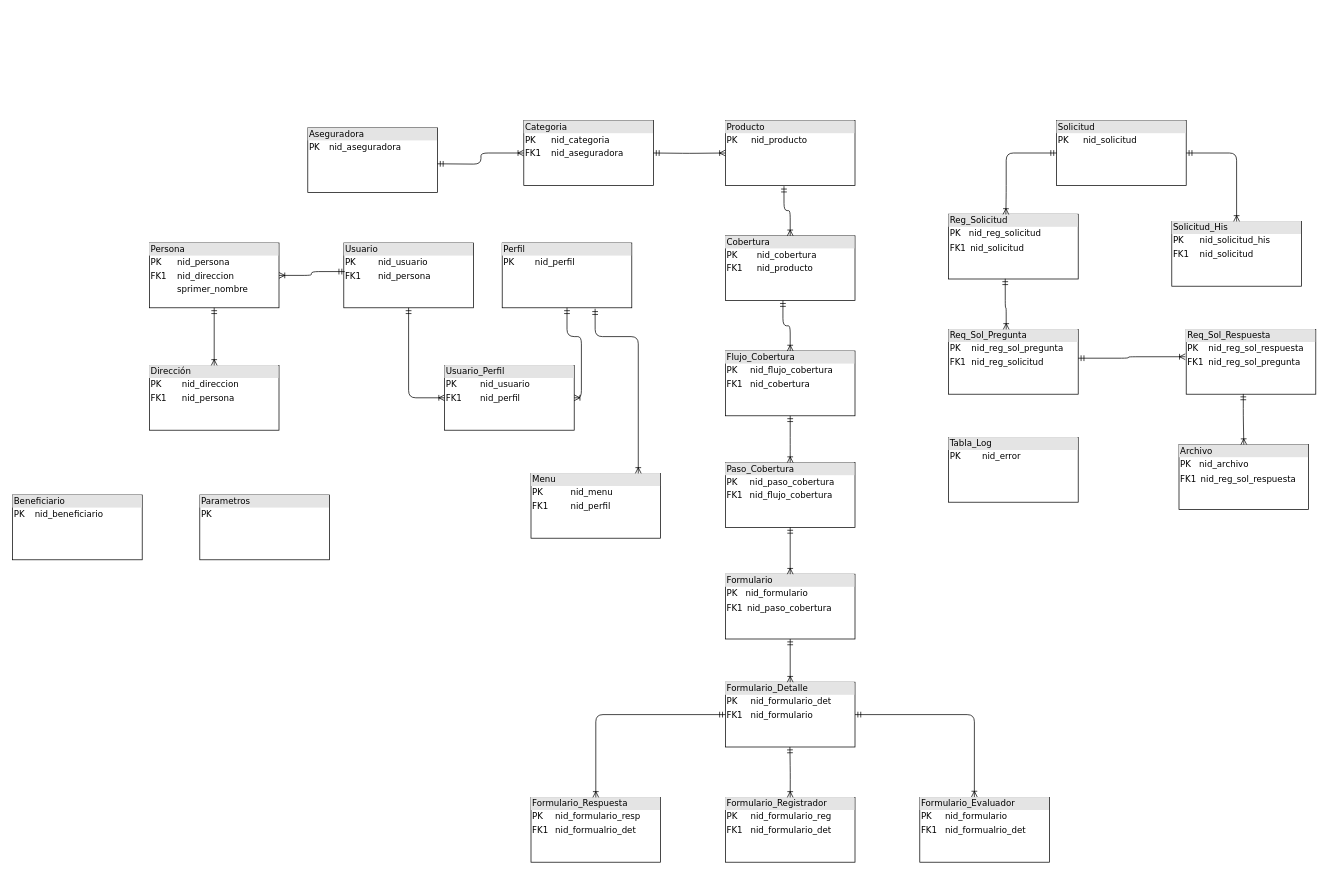
Before: SINIESTROS/Diagrama sin título.drawio in alejandroarceefitec/EFICTEC, a draw.io diagram. Source tidied: cells renumbered, new cells numbered last; positions are measured from the earlier drawing's top-left corner, leaving out a move shared by most shapes. Both pictures are drawn from the tidied source at 72%, with x=0, y=0 at pixel (12, 120).
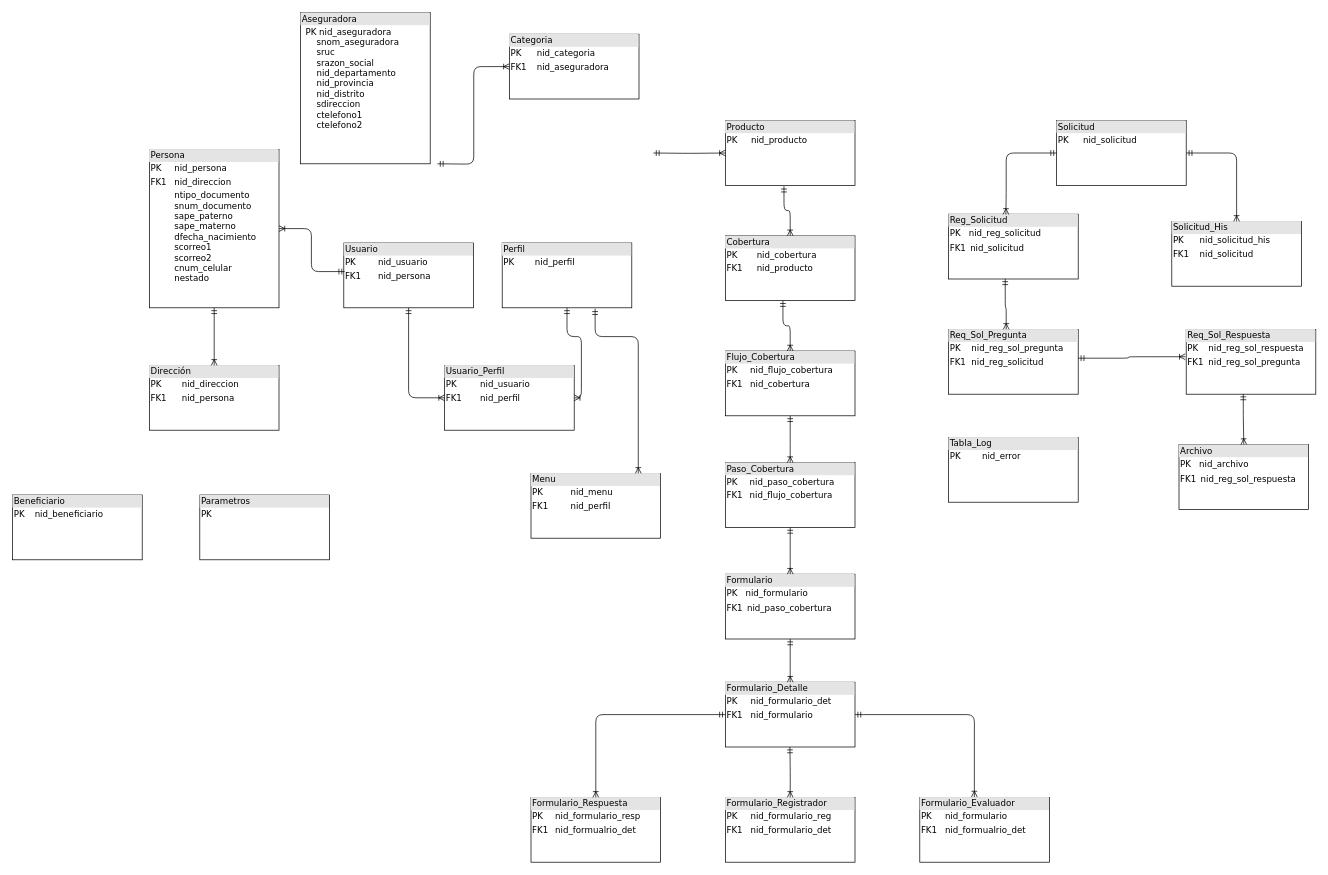
The same page after the edit.

What changed in the source:
```diff
@@
-    <mxCell id="2" value="&lt;div style=&quot;box-sizing: border-box ; width: 100% ; background: #e4e4e4 ; padding: 2px&quot;&gt;Aseguradora&lt;/div&gt;&lt;table style=&quot;width: 100% ; font-size: 1em&quot; cellpadding=&quot;2&quot; cellspacing=&quot;0&quot;&gt;&lt;tbody&gt;&lt;tr&gt;&lt;td&gt;PK&lt;/td&gt;&lt;td&gt;nid_aseguradora&lt;/td&gt;&lt;/tr&gt;&lt;tr&gt;&lt;td&gt;&lt;br&gt;&lt;/td&gt;&lt;td&gt;&lt;br&gt;&lt;/td&gt;&lt;/tr&gt;&lt;tr&gt;&lt;td&gt;&lt;/td&gt;&lt;td&gt;&lt;br&gt;&lt;/td&gt;&lt;/tr&gt;&lt;/tbody&gt;&lt;/table&gt;" style="verticalAlign=top;align=left;overflow=fill;html=1;rounded=0;shadow=0;comic=0;labelBackgroundColor=none;strokeWidth=1;fontFamily=Verdana;fontSize=12;" parent="1" vertex="1">
-      <mxGeometry x="410" y="10" width="180" height="90" as="geometry" />
+    <mxCell id="2" value="&lt;div style=&quot;box-sizing: border-box ; width: 100% ; background: #e4e4e4 ; padding: 2px&quot;&gt;Aseguradora&lt;/div&gt;&lt;table style=&quot;width: 100% ; font-size: 1em&quot; cellpadding=&quot;2&quot; cellspacing=&quot;0&quot;&gt;&lt;tbody&gt;&lt;tr&gt;&lt;td&gt;&lt;br&gt;&lt;/td&gt;&lt;td&gt;PK nid_aseguradora&lt;br&gt;&amp;nbsp; &amp;nbsp; snom_aseguradora&lt;br&gt;&amp;nbsp; &amp;nbsp; sruc&lt;br&gt;&amp;nbsp; &amp;nbsp; srazon_social&lt;br&gt;&amp;nbsp; &amp;nbsp; nid_departamento&lt;br&gt;&amp;nbsp; &amp;nbsp; nid_provincia&lt;br&gt;&amp;nbsp; &amp;nbsp; nid_distrito&lt;br&gt;&amp;nbsp; &amp;nbsp; sdireccion&lt;br&gt;&amp;nbsp; &amp;nbsp; ctelefono1&lt;br&gt;&amp;nbsp; &amp;nbsp; ctelefono2&lt;/td&gt;&lt;/tr&gt;&lt;tr&gt;&lt;td&gt;&lt;br&gt;&lt;/td&gt;&lt;td&gt;&lt;br&gt;&lt;/td&gt;&lt;/tr&gt;&lt;tr&gt;&lt;td&gt;&lt;/td&gt;&lt;td&gt;&lt;br&gt;&lt;/td&gt;&lt;/tr&gt;&lt;/tbody&gt;&lt;/table&gt;" style="verticalAlign=top;align=left;overflow=fill;html=1;rounded=0;shadow=0;comic=0;labelBackgroundColor=none;strokeWidth=1;fontFamily=Verdana;fontSize=12;" parent="1" vertex="1">
+      <mxGeometry x="400" y="-150" width="180" height="210" as="geometry" />
     </mxCell>
@@
     <mxCell id="4" value="&lt;div style=&quot;box-sizing: border-box ; width: 100% ; background: #e4e4e4 ; padding: 2px&quot;&gt;Categoria&lt;/div&gt;&lt;table style=&quot;width: 100% ; font-size: 1em&quot; cellpadding=&quot;2&quot; cellspacing=&quot;0&quot;&gt;&lt;tbody&gt;&lt;tr&gt;&lt;td&gt;PK&lt;/td&gt;&lt;td&gt;nid_categoria&lt;/td&gt;&lt;/tr&gt;&lt;tr&gt;&lt;td&gt;FK1&lt;/td&gt;&lt;td&gt;nid_aseguradora&lt;br&gt;&lt;/td&gt;&lt;/tr&gt;&lt;/tbody&gt;&lt;/table&gt;" style="verticalAlign=top;align=left;overflow=fill;html=1;rounded=0;shadow=0;comic=0;labelBackgroundColor=none;strokeWidth=1;fontFamily=Verdana;fontSize=12;" parent="1" vertex="1">
-      <mxGeometry x="710" width="180" height="90" as="geometry" />
+      <mxGeometry x="690" y="-120" width="180" height="90" as="geometry" />
     </mxCell>
@@
-    <mxCell id="8" value="&lt;div style=&quot;box-sizing: border-box ; width: 100% ; background: #e4e4e4 ; padding: 2px&quot;&gt;Persona&lt;/div&gt;&lt;table style=&quot;width: 100% ; font-size: 1em&quot; cellpadding=&quot;2&quot; cellspacing=&quot;0&quot;&gt;&lt;tbody&gt;&lt;tr&gt;&lt;td&gt;PK&lt;/td&gt;&lt;td&gt;nid_persona&lt;/td&gt;&lt;/tr&gt;&lt;tr&gt;&lt;td&gt;FK1&lt;br&gt;&lt;/td&gt;&lt;td&gt;nid_direccion&lt;br&gt;&lt;/td&gt;&lt;/tr&gt;&lt;tr&gt;&lt;td&gt;&lt;/td&gt;&lt;td&gt;sprimer_nombre&lt;br&gt;&lt;/td&gt;&lt;/tr&gt;&lt;/tbody&gt;&lt;/table&gt;" style="verticalAlign=top;align=left;overflow=fill;html=1;rounded=0;shadow=0;comic=0;labelBackgroundColor=none;strokeWidth=1;fontFamily=Verdana;fontSize=12;" parent="1" vertex="1">
-      <mxGeometry x="190" y="170" width="180" height="90" as="geometry" />
+    <mxCell id="8" value="&lt;div style=&quot;box-sizing: border-box ; width: 100% ; background: #e4e4e4 ; padding: 2px&quot;&gt;Persona&lt;/div&gt;&lt;table style=&quot;width: 100% ; font-size: 1em&quot; cellpadding=&quot;2&quot; cellspacing=&quot;0&quot;&gt;&lt;tbody&gt;&lt;tr&gt;&lt;td&gt;PK&lt;/td&gt;&lt;td&gt;nid_persona&lt;/td&gt;&lt;/tr&gt;&lt;tr&gt;&lt;td&gt;FK1&lt;br&gt;&lt;/td&gt;&lt;td&gt;nid_direccion&lt;br&gt;&lt;/td&gt;&lt;/tr&gt;&lt;tr&gt;&lt;td&gt;&lt;/td&gt;&lt;td&gt;ntipo_documento&lt;br&gt;snum_documento&lt;br&gt;sape_paterno&lt;br&gt;sape_materno&lt;br&gt;dfecha_nacimiento&lt;br&gt;scorreo1&lt;br&gt;scorreo2&lt;br&gt;cnum_celular&lt;br&gt;nestado&lt;br&gt;&lt;br&gt;&lt;br&gt;&lt;/td&gt;&lt;/tr&gt;&lt;/tbody&gt;&lt;/table&gt;" style="verticalAlign=top;align=left;overflow=fill;html=1;rounded=0;shadow=0;comic=0;labelBackgroundColor=none;strokeWidth=1;fontFamily=Verdana;fontSize=12;" parent="1" vertex="1">
+      <mxGeometry x="190" y="40" width="180" height="220" as="geometry" />
     </mxCell>
```
